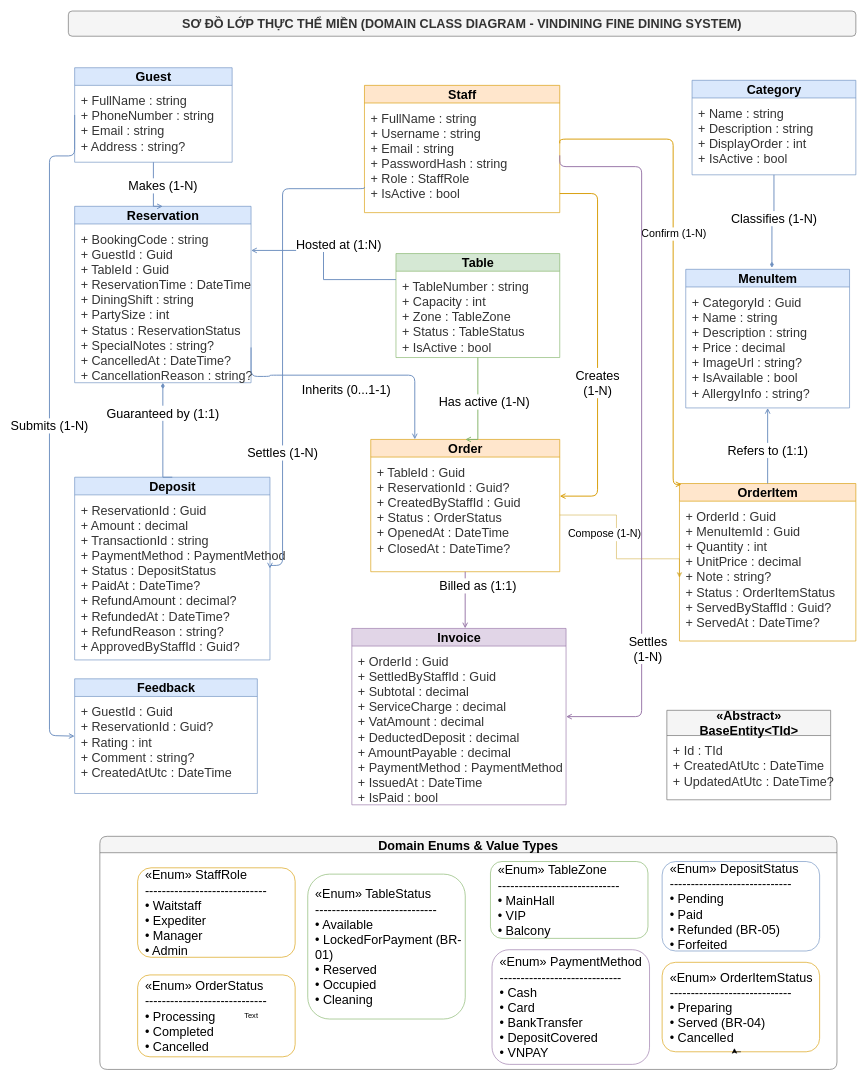
This is docs/phase1/drawio/ClassDiagram.drawio from AndrewQng/VinDining, a draw.io file, before an edit. Source tidied: cells renumbered, new cells numbered last; positions are measured from the earlier drawing's top-left corner, leaving out a move shared by most shapes. Both pictures are drawn from the tidied source at 63%, with x=0, y=0 at pixel (49, 11).
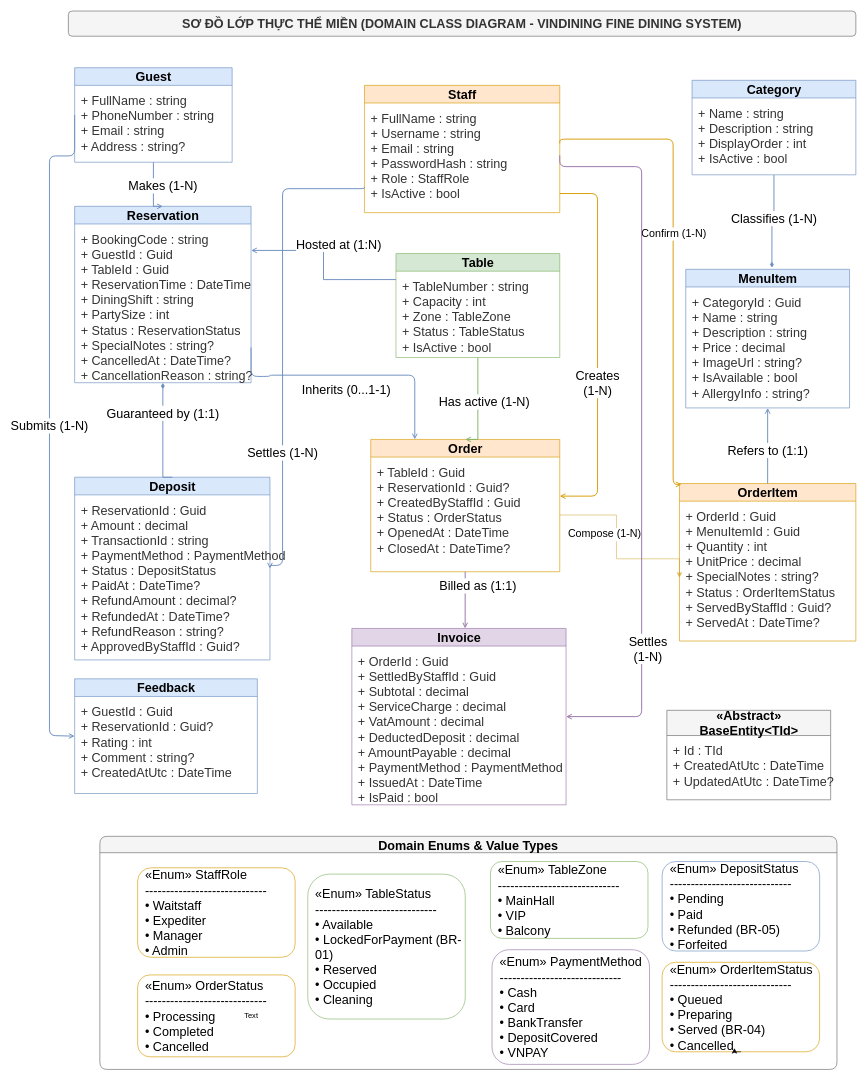
Above is the later version.

Unchanged cells that the change refers to:
```xml
<mxCell id="27" value="OrderItem" style="swimlane;fontStyle=1;align=center;verticalAlign=middle;startSize=28;html=1;fillColor=#ffe6cc;strokeColor=#d79b00;fontSize=20;swimlaneLine=1;" parent="1" vertex="1">
  <mxGeometry x="1000" y="750" width="280" height="250" as="geometry" />
</mxCell>
<mxCell id="29" value="Domain Enums &amp; Value Types" style="swimlane;startSize=26;fillColor=#f5f5f5;strokeColor=#666666;fontStyle=1;fontSize=20;rounded=1;" parent="1" vertex="1">
  <mxGeometry x="80" y="1310" width="1170" height="370" as="geometry" />
</mxCell>
```

Diff of the diagram source:
```diff
@@
-    <mxCell id="28" value="+ OrderId : Guid&#10;+ MenuItemId : Guid&#10;+ Quantity : int&#10;+ UnitPrice : decimal&#10;+ Note : string?&#10;+ Status : OrderItemStatus&#10;+ ServedByStaffId : Guid?&#10;+ ServedAt : DateTime?" style="text;html=1;align=left;verticalAlign=top;spacingLeft=8;spacingTop=6;fillColor=none;strokeColor=none;fontSize=20;fontColor=#333333;" parent="27" vertex="1">
+    <mxCell id="28" value="+ OrderId : Guid&#10;+ MenuItemId : Guid&#10;+ Quantity : int&#10;+ UnitPrice : decimal&#10;+ SpecialNotes : string?&#10;+ Status : OrderItemStatus&#10;+ ServedByStaffId : Guid?&#10;+ ServedAt : DateTime?" style="text;html=1;align=left;verticalAlign=top;spacingLeft=8;spacingTop=6;fillColor=none;strokeColor=none;fontSize=20;fontColor=#333333;" parent="27" vertex="1">
       <mxGeometry y="28" width="260" height="162" as="geometry" />
     </mxCell>
@@
-    <mxCell id="36" value="«Enum» OrderItemStatus&#10;-----------------------------&#10;• Preparing&#10;• Served (BR-04)&#10;• Cancelled" style="rounded=1;whiteSpace=wrap;html=1;fillColor=#ffffff;strokeColor=#d79b00;fontSize=20;align=left;spacingLeft=10;" parent="29" vertex="1">
+    <mxCell id="36" value="«Enum» OrderItemStatus&#10;-----------------------------&#10;• Queued&#10;• Preparing&#10;• Served (BR-04)&#10;• Cancelled" style="rounded=1;whiteSpace=wrap;html=1;fillColor=#ffffff;strokeColor=#d79b00;fontSize=20;align=left;spacingLeft=10;" parent="29" vertex="1">
       <mxGeometry x="892.5" y="200" width="250" height="142" as="geometry" />
     </mxCell>
```
